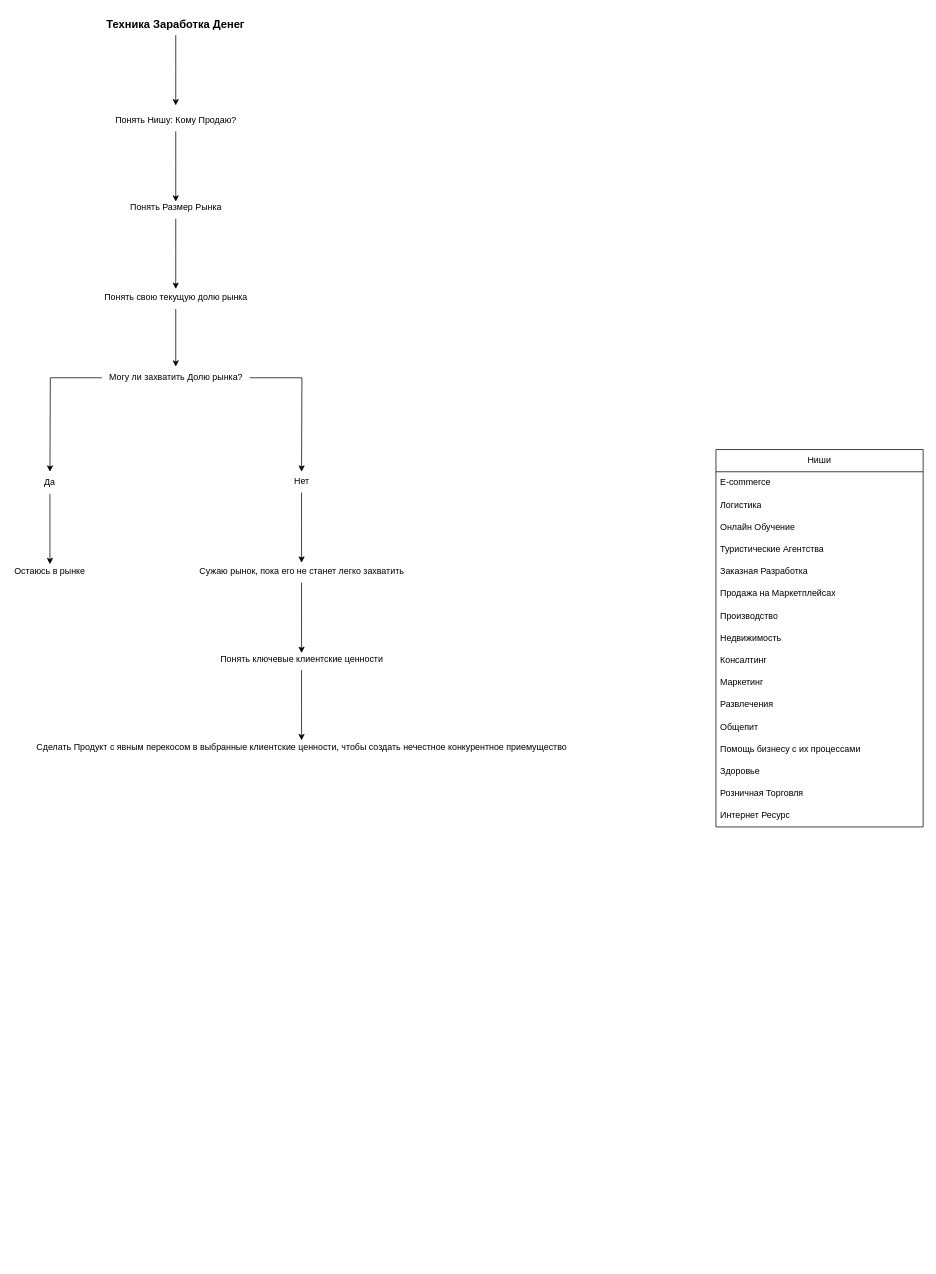
This is Мой Бизнес.drawio from 3Noleve/drawio-diagrams, a draw.io file, before an edit. Source tidied: cells renumbered, new cells numbered last; positions are measured from the earlier drawing's top-left corner, leaving out a move shared by most shapes. Both pictures are drawn from the tidied source at 74%, with x=0, y=0 at pixel (13, 13).
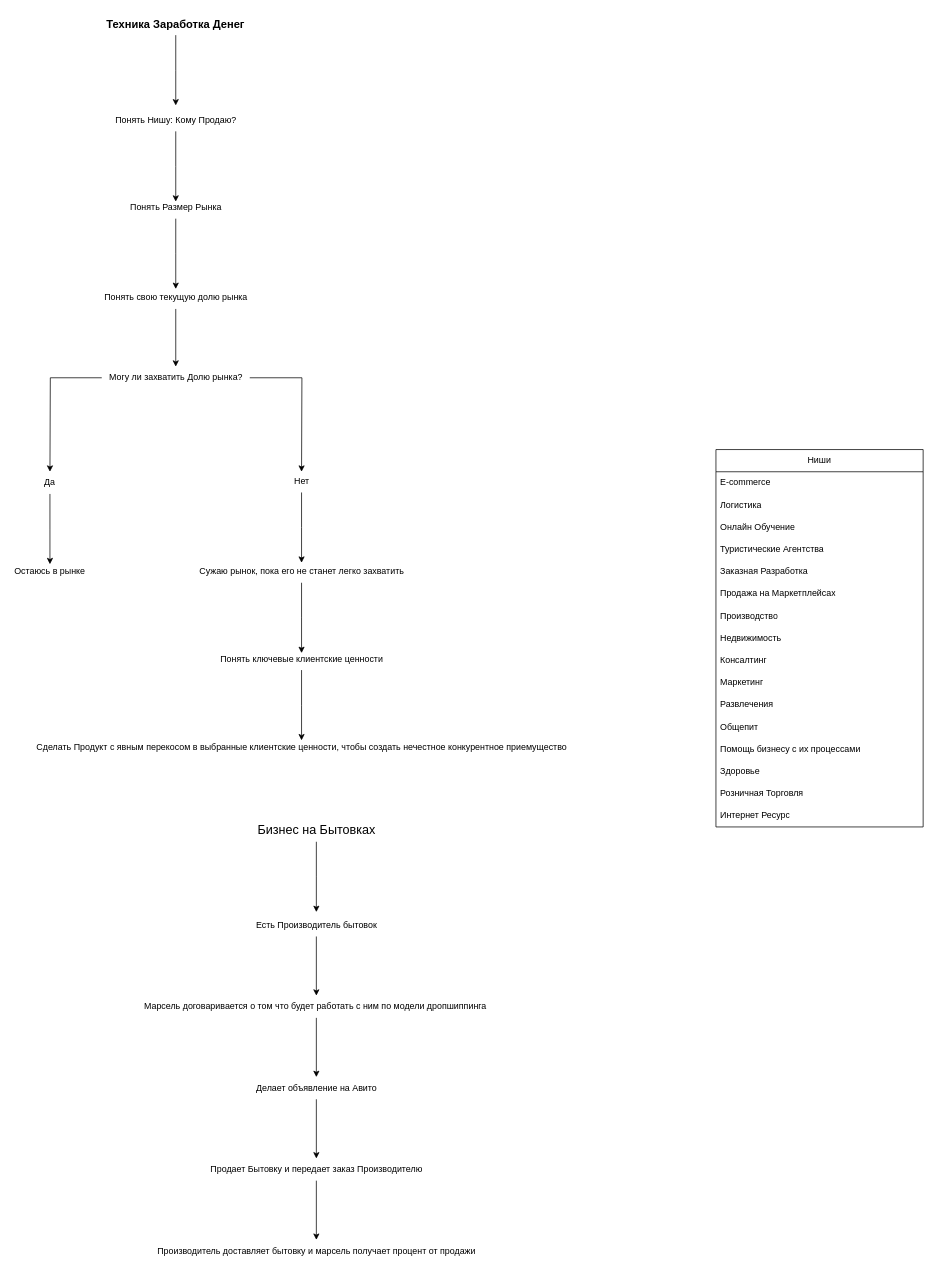
The same diagram, later.

Change to the diagram source:
```diff
@@
+    <mxCell id="41" style="edgeStyle=orthogonalEdgeStyle;rounded=0;jettySize=auto;html=1;" parent="1" edge="1" source="42">
+      <mxGeometry relative="1" as="geometry">
+        <mxPoint x="410" y="1215" as="targetPoint" />
+      </mxGeometry>
+    </mxCell>
+    <mxCell id="42" value="&lt;font style=&quot;font-size: 17px;&quot;&gt;Бизнес на Бытовках&lt;/font&gt;" style="text;html=1;align=center;verticalAlign=middle;points=[];strokeColor=none;fillColor=none;" parent="1" vertex="1">
+      <mxGeometry x="320" y="1090" width="180" height="30" as="geometry" />
+    </mxCell>
+    <mxCell id="43" style="edgeStyle=orthogonalEdgeStyle;rounded=0;jettySize=auto;html=1;" parent="1" edge="1" source="44" target="46">
+      <mxGeometry relative="1" as="geometry" />
+    </mxCell>
+    <mxCell id="44" value="Есть Производитель бытовок" style="text;html=1;align=center;verticalAlign=middle;points=[];strokeColor=none;fillColor=none;" parent="1" vertex="1">
+      <mxGeometry x="315" y="1218" width="190" height="30" as="geometry" />
+    </mxCell>
+    <mxCell id="45" style="edgeStyle=orthogonalEdgeStyle;rounded=0;jettySize=auto;html=1;" parent="1" edge="1" source="46" target="48">
+      <mxGeometry relative="1" as="geometry" />
+    </mxCell>
+    <mxCell id="46" value="Марсель договаривается о том что будет работать с ним по модели дропшиппинга&amp;nbsp;" style="text;html=1;align=center;verticalAlign=middle;points=[];strokeColor=none;fillColor=none;" parent="1" vertex="1">
+      <mxGeometry x="165" y="1328" width="490" height="30" as="geometry" />
+    </mxCell>
+    <mxCell id="47" style="edgeStyle=orthogonalEdgeStyle;rounded=0;jettySize=auto;html=1;" parent="1" edge="1" source="48" target="50">
+      <mxGeometry relative="1" as="geometry" />
+    </mxCell>
+    <mxCell id="48" value="Делает объявление на Авито" style="text;html=1;align=center;verticalAlign=middle;points=[];strokeColor=none;fillColor=none;" parent="1" vertex="1">
+      <mxGeometry x="315" y="1438" width="190" height="30" as="geometry" />
+    </mxCell>
+    <mxCell id="49" style="edgeStyle=orthogonalEdgeStyle;rounded=0;jettySize=auto;html=1;" parent="1" edge="1" source="50" target="51">
+      <mxGeometry relative="1" as="geometry" />
+    </mxCell>
+    <mxCell id="50" value="Продает Бытовку и передает заказ Производителю" style="text;html=1;align=center;verticalAlign=middle;points=[];strokeColor=none;fillColor=none;" parent="1" vertex="1">
+      <mxGeometry x="255" y="1548" width="310" height="30" as="geometry" />
+    </mxCell>
+    <mxCell id="51" value="Производитель доставляет бытовку и марсель получает процент от продажи" style="text;html=1;align=center;verticalAlign=middle;points=[];strokeColor=none;fillColor=none;" parent="1" vertex="1">
+      <mxGeometry x="185" y="1658" width="450" height="30" as="geometry" />
+    </mxCell>
```
